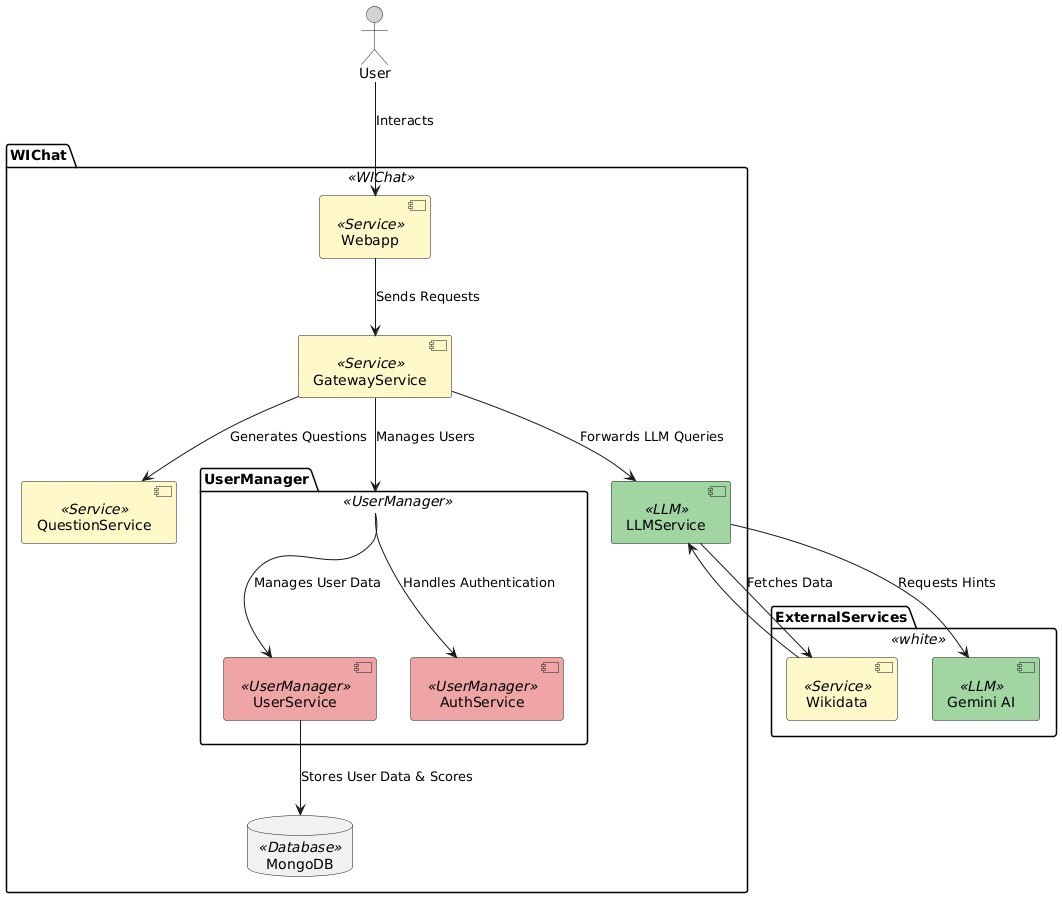
Earlier version of the PlantUML export docs/images/05_level3.png (Arquisoft/wichat_es4c).
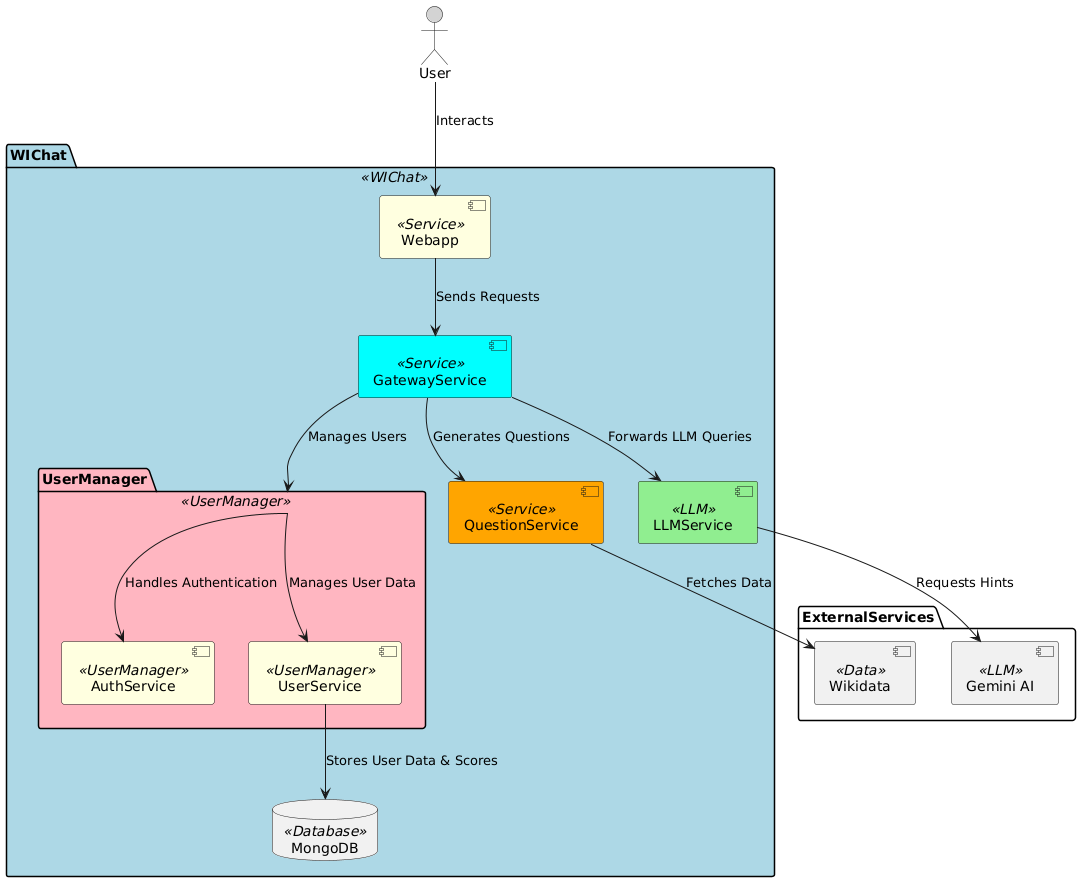
The same diagram one commit later.

Diff of the diagram source:
```diff
@@ -1,31 +1,23 @@
 @startuml
-skinparam component {
-    BackgroundColor<<WIChat>> #A7CCE1
-    BackgroundColor<<Service>> #FFF8C9
-    BackgroundColor<<LLM>> #A1D6A3
-    BackgroundColor<<UserManager>> #EFA5A5
-    BackgroundColor<<Database>> #D9D9D9
-}
-
 actor "User" as User #lightgray
 
-package WIChat <<WIChat>> {
-    component "Webapp" as Webapp <<Service>>
-    component "GatewayService" as GatewayService <<Service>>
-    component "QuestionService" as QuestionGen <<Service>>
-    component "LLMService" as LLMService <<LLM>>
+package WIChat <<WIChat>> #lightblue {
+    component "Webapp" as Webapp <<Service>> #lightyellow
+    component "GatewayService" as GatewayService <<Service>> #cyan
+    component "QuestionService" as QuestionGen <<Service>> #orange
+    component "LLMService" as LLMService <<LLM>> #lightgreen
 
     database "MongoDB" as MongoDB <<Database>>
 
-    package UserManager <<UserManager>> {
-        component "AuthService" as AuthService <<UserManager>>
-        component "UserService" as UserService <<UserManager>>
+    package UserManager <<UserManager>> #lightpink {
+        component "AuthService" as AuthService <<UserManager>> #lightyellow
+        component "UserService" as UserService <<UserManager>> #lightyellow
     }
 }
 
-package ExternalServices <<white>> {
-    component "Wikidata" as Wikidata <<Service>>
-    component "Gemini AI" as EmpathyAI <<LLM>>
+package ExternalServices {
+    component "Wikidata" as Wikidata <<Data>>
+    component "Gemini AI" as GeminiAI <<LLM>>
 }
 
 User --> Webapp : Interacts
@@ -38,9 +30,8 @@
 UserManager --> UserService : Manages User Data
 UserService --> MongoDB : Stores User Data & Scores
 
-LLMService --> Wikidata : Fetches Data
-LLMService --> EmpathyAI : Requests Hints
-Wikidata --> LLMService
+LLMService --> GeminiAI : Requests Hints
+QuestionGen --> Wikidata : Fetches Data
 
 GatewayService --> UserManager : Manages Users
 @enduml
```
